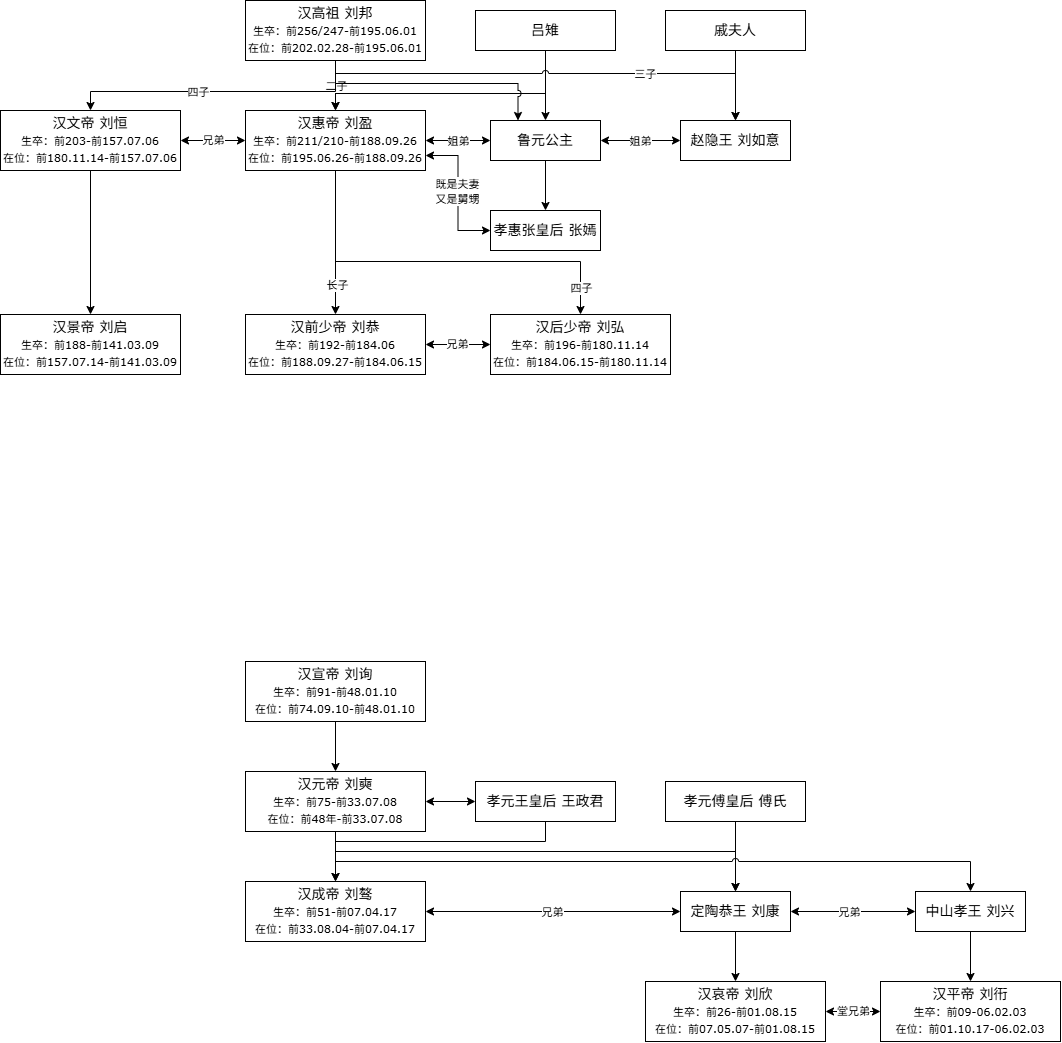
Earlier version of the draw.io export pic/西汉历代皇帝.drawio.png (guxdong/imgrepo). Source tidied: cells renumbered, new cells last; positions are measured from the earlier drawing's top-left corner, leaving out a move shared by most shapes.
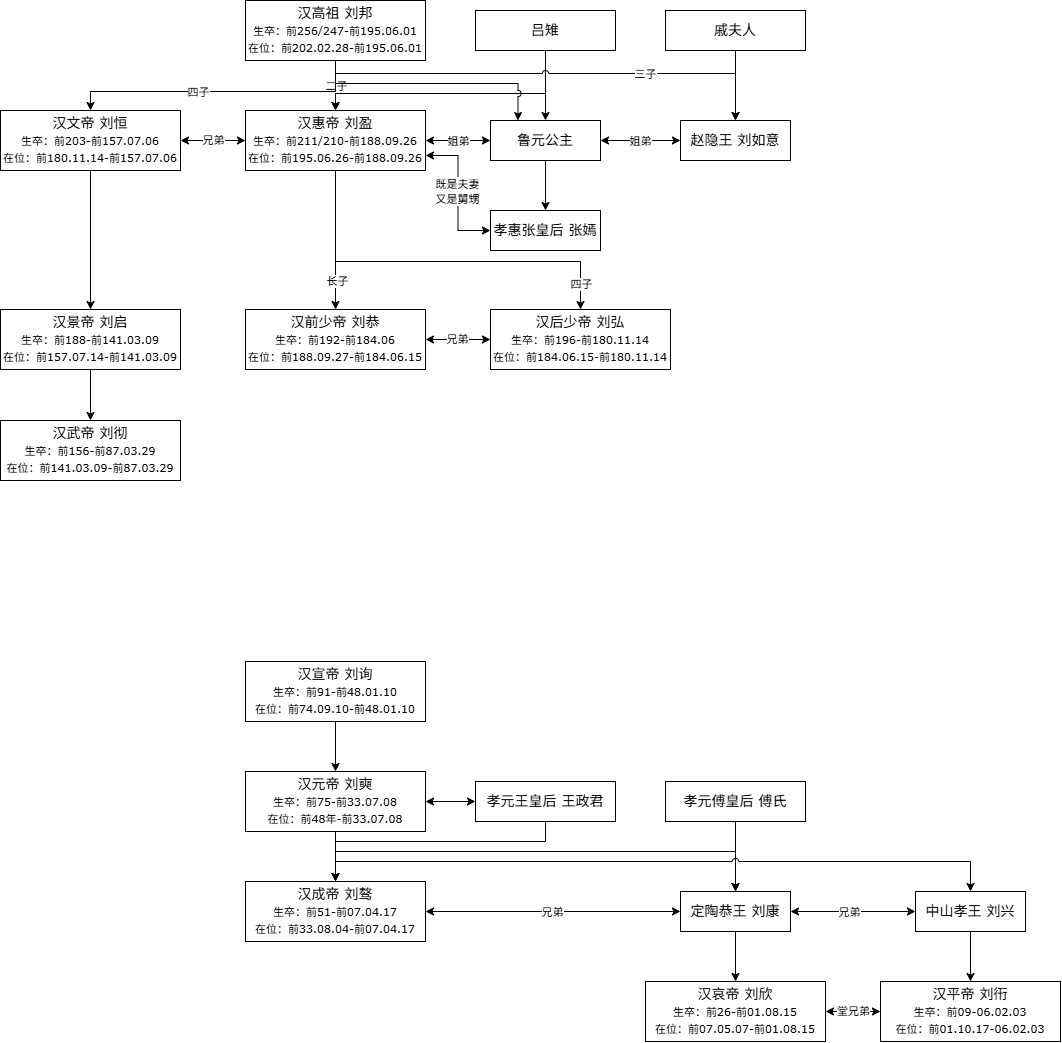
After the change.

Commit message:
更新西汉历代皇帝.drawio.png

What changed in the source:
```diff
@@ -125,7 +125,7 @@
       </mxGeometry>
     </mxCell>
     <mxCell id="35" value="汉前少帝 刘恭&lt;div&gt;&lt;font style=&quot;font-size: 11px;&quot;&gt;生卒：前192-前184.06&lt;/font&gt;&lt;/div&gt;&lt;div&gt;&lt;font style=&quot;font-size: 11px;&quot;&gt;在位：前188.09.27-前184.06.15&lt;/font&gt;&lt;/div&gt;" style="rounded=0;whiteSpace=wrap;html=1;fontFamily=Verdana;fontSize=14;" parent="1" vertex="1">
-      <mxGeometry x="245" y="314" width="180" height="60" as="geometry" />
+      <mxGeometry x="245" y="309" width="180" height="60" as="geometry" />
     </mxCell>
     <mxCell id="36" style="endArrow=classic;html=1;rounded=0;exitX=0.5;exitY=1;exitDx=0;exitDy=0;entryX=0.5;entryY=0;entryDx=0;entryDy=0;" parent="1" edge="1" source="26" target="27">
       <mxGeometry relative="1" as="geometry" />
@@ -170,7 +170,7 @@
       <mxGeometry x="0.4" relative="1" as="geometry" />
     </mxCell>
     <mxCell id="45" value="汉后少帝 刘弘&lt;div&gt;&lt;font style=&quot;font-size: 11px;&quot;&gt;生卒：前196-前180.11.14&lt;/font&gt;&lt;/div&gt;&lt;div&gt;&lt;font style=&quot;font-size: 11px;&quot;&gt;在位：前184.06.15-前180.11.14&lt;/font&gt;&lt;/div&gt;" style="rounded=0;whiteSpace=wrap;html=1;fontFamily=Verdana;fontSize=14;" parent="1" vertex="1">
-      <mxGeometry x="490" y="314" width="180" height="60" as="geometry" />
+      <mxGeometry x="490" y="309" width="180" height="60" as="geometry" />
     </mxCell>
     <mxCell id="46" style="endArrow=classic;startArrow=classic;html=1;rounded=0;exitX=1;exitY=0.5;exitDx=0;exitDy=0;entryX=0;entryY=0.5;entryDx=0;entryDy=0;" parent="1" edge="1" source="35" target="45">
       <mxGeometry relative="1" as="geometry" />
@@ -234,10 +234,16 @@
       </mxGeometry>
     </mxCell>
     <mxCell id="61" value="汉景帝 刘启&lt;div&gt;&lt;font style=&quot;font-size: 11px;&quot;&gt;生卒：&lt;/font&gt;&lt;span style=&quot;background-color: transparent; font-size: 11px;&quot;&gt;前188-前141.03.09&lt;/span&gt;&lt;/div&gt;&lt;div&gt;&lt;font style=&quot;font-size: 11px;&quot;&gt;在位：前157.07.14-前141.03.09&lt;/font&gt;&lt;/div&gt;" style="rounded=0;whiteSpace=wrap;html=1;fontFamily=Verdana;fontSize=14;" parent="1" vertex="1">
-      <mxGeometry y="314" width="180" height="60" as="geometry" />
+      <mxGeometry y="309" width="180" height="60" as="geometry" />
     </mxCell>
     <mxCell id="62" style="endArrow=classic;html=1;rounded=0;exitX=0.5;exitY=1;exitDx=0;exitDy=0;entryX=0.5;entryY=0;entryDx=0;entryDy=0;" parent="1" edge="1" source="56" target="61">
       <mxGeometry relative="1" as="geometry" />
     </mxCell>
+    <mxCell id="63" value="汉武帝 刘彻&lt;div&gt;&lt;font style=&quot;font-size: 11px;&quot;&gt;生卒：&lt;/font&gt;&lt;span style=&quot;background-color: transparent; font-size: 11px;&quot;&gt;前156-前87.03.29&lt;/span&gt;&lt;/div&gt;&lt;div&gt;&lt;font style=&quot;font-size: 11px;&quot;&gt;在位：前141.03.09-前87.03.29&lt;/font&gt;&lt;/div&gt;" style="rounded=0;whiteSpace=wrap;html=1;fontFamily=Verdana;fontSize=14;" parent="1" vertex="1">
+      <mxGeometry y="420" width="180" height="60" as="geometry" />
+    </mxCell>
+    <mxCell id="64" style="endArrow=classic;html=1;rounded=0;exitX=0.5;exitY=1;exitDx=0;exitDy=0;entryX=0.5;entryY=0;entryDx=0;entryDy=0;" parent="1" edge="1" source="61" target="63">
+      <mxGeometry relative="1" as="geometry" />
+    </mxCell>
   </root>
 </mxGraphModel>
```
